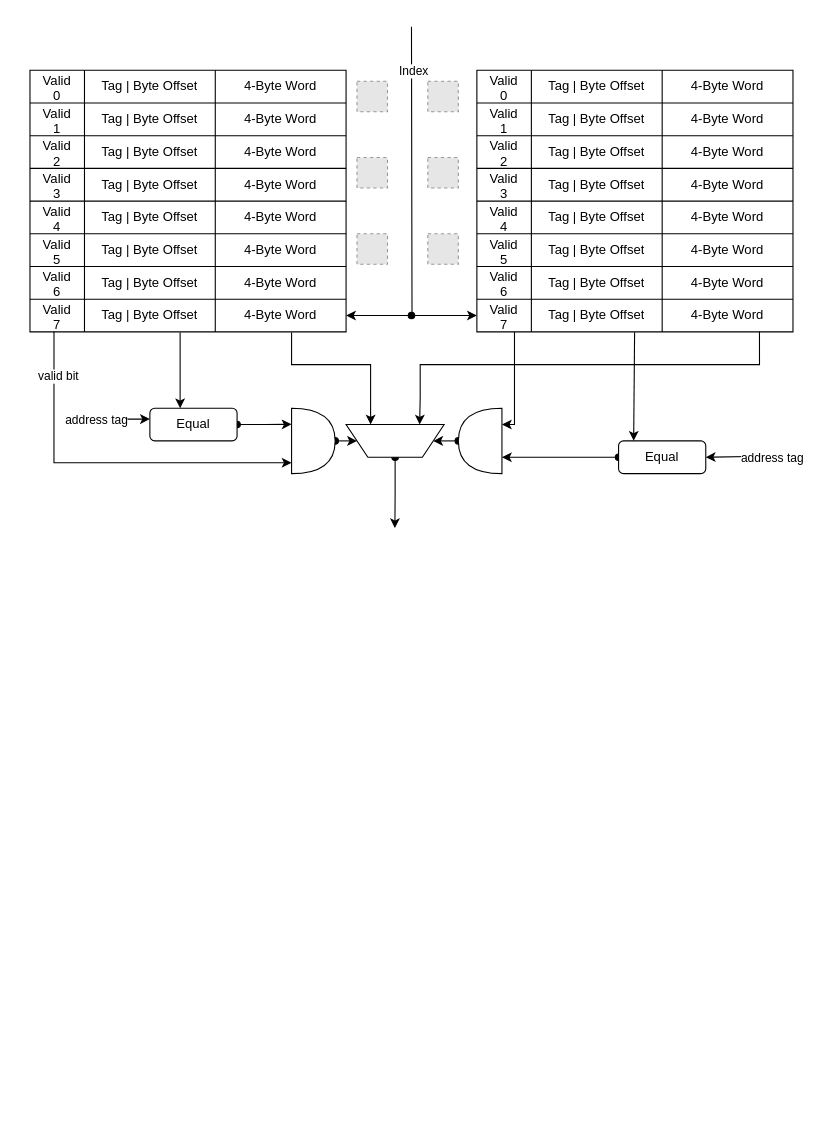
The draw.io diagram page "dcache" (2 of 2) of caches.drawio in vickyfyq/ece437, before the edit. Source tidied: cells renumbered, new cells numbered last; positions are measured from the earlier drawing's top-left corner, leaving out a move shared by most shapes. Both pictures are drawn from the tidied source at 109%, with x=0, y=0 at pixel (29, 26). Pictures stored in the file or linked from it are replaced by grey dashed boxes.
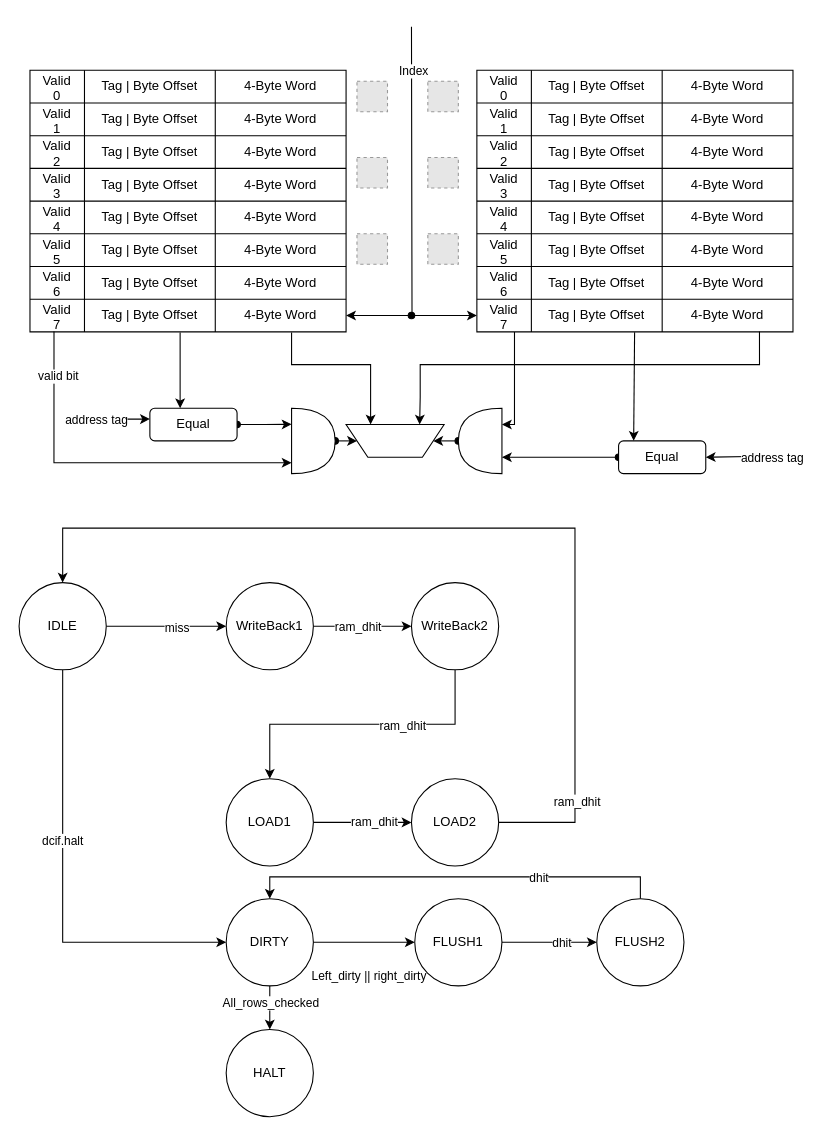
After the change.

Unchanged cells that the change refers to:
```xml
<mxCell id="93" style="shape=trapezoid;perimeter=trapezoidPerimeter;whiteSpace=wrap;html=1;fixedSize=1;fontFamily=Helvetica;fillColor=default;rotation=-180;" parent="1" vertex="1">
  <mxGeometry x="290" y="365" width="90" height="30" as="geometry" />
</mxCell>
```

What changed in the source:
```diff
@@
-    <mxCell id="92" style="edgeStyle=orthogonalEdgeStyle;rounded=0;jettySize=auto;html=1;exitX=0.5;exitY=0;exitDx=0;exitDy=0;fontFamily=Helvetica;startArrow=oval;startFill=1;" parent="1" edge="1" source="93">
-      <mxGeometry relative="1" as="geometry">
-        <mxPoint x="334.8" y="460" as="targetPoint" />
-      </mxGeometry>
-    </mxCell>
@@
+    <mxCell id="98" style="edgeStyle=orthogonalEdgeStyle;rounded=0;jettySize=auto;html=1;exitX=1;exitY=0.5;exitDx=0;exitDy=0;startArrow=none;startFill=0;entryX=0;entryY=0.5;entryDx=0;entryDy=0;" parent="1" edge="1" source="102" target="105">
+      <mxGeometry relative="1" as="geometry" />
+    </mxCell>
+    <mxCell id="99" value="miss" style="edgeLabel;html=1;align=center;verticalAlign=middle;" parent="98" vertex="1">
+      <mxGeometry x="0.17" y="-1" relative="1" as="geometry" />
+    </mxCell>
+    <mxCell id="100" style="edgeStyle=orthogonalEdgeStyle;rounded=0;jettySize=auto;html=1;exitX=0.5;exitY=1;exitDx=0;exitDy=0;startArrow=none;startFill=0;entryX=0;entryY=0.5;entryDx=0;entryDy=0;" parent="1" edge="1" source="102" target="119">
+      <mxGeometry relative="1" as="geometry">
+        <Array as="points">
+          <mxPoint x="30" y="840" />
+        </Array>
+      </mxGeometry>
+    </mxCell>
+    <mxCell id="101" value="dcif.halt" style="edgeLabel;html=1;align=center;verticalAlign=middle;" parent="100" vertex="1">
+      <mxGeometry x="-0.22" y="-1" relative="1" as="geometry" />
+    </mxCell>
+    <mxCell id="102" value="IDLE" style="ellipse;whiteSpace=wrap;html=1;" parent="1" vertex="1">
+      <mxGeometry x="-10" y="510" width="80" height="80" as="geometry" />
+    </mxCell>
+    <mxCell id="103" style="edgeStyle=orthogonalEdgeStyle;rounded=0;jettySize=auto;html=1;exitX=1;exitY=0.5;exitDx=0;exitDy=0;entryX=0;entryY=0.5;entryDx=0;entryDy=0;startArrow=none;startFill=0;" parent="1" edge="1" source="105" target="108">
+      <mxGeometry relative="1" as="geometry" />
+    </mxCell>
+    <mxCell id="104" value="ram_dhit" style="edgeLabel;html=1;align=center;verticalAlign=middle;" parent="103" vertex="1">
+      <mxGeometry x="0.27" y="-2" relative="1" as="geometry">
+        <mxPoint x="-17" y="-2" as="offset" />
+      </mxGeometry>
+    </mxCell>
+    <mxCell id="105" value="WriteBack1" style="ellipse;whiteSpace=wrap;html=1;" parent="1" vertex="1">
+      <mxGeometry x="180" y="510" width="80" height="80" as="geometry" />
+    </mxCell>
+    <mxCell id="106" style="edgeStyle=orthogonalEdgeStyle;rounded=0;jettySize=auto;html=1;exitX=0.5;exitY=1;exitDx=0;exitDy=0;startArrow=none;startFill=0;" parent="1" edge="1" source="108" target="111">
+      <mxGeometry relative="1" as="geometry" />
+    </mxCell>
+    <mxCell id="107" value="ram_dhit" style="edgeLabel;html=1;align=center;verticalAlign=middle;" parent="106" vertex="1">
+      <mxGeometry x="-0.27" y="1" relative="1" as="geometry" />
+    </mxCell>
+    <mxCell id="108" value="WriteBack2" style="ellipse;whiteSpace=wrap;html=1;" parent="1" vertex="1">
+      <mxGeometry x="350" y="510" width="80" height="80" as="geometry" />
+    </mxCell>
+    <mxCell id="109" style="edgeStyle=orthogonalEdgeStyle;rounded=0;jettySize=auto;html=1;exitX=1;exitY=0.5;exitDx=0;exitDy=0;entryX=0;entryY=0.5;entryDx=0;entryDy=0;startArrow=none;startFill=0;" parent="1" edge="1" source="111" target="114">
+      <mxGeometry relative="1" as="geometry" />
+    </mxCell>
+    <mxCell id="110" value="ram_dhit" style="edgeLabel;html=1;align=center;verticalAlign=middle;" parent="109" vertex="1">
+      <mxGeometry x="0.22" y="1" relative="1" as="geometry" />
+    </mxCell>
+    <mxCell id="111" value="LOAD1" style="ellipse;whiteSpace=wrap;html=1;" parent="1" vertex="1">
+      <mxGeometry x="180" y="690" width="80" height="80" as="geometry" />
+    </mxCell>
+    <mxCell id="112" style="edgeStyle=orthogonalEdgeStyle;rounded=0;jettySize=auto;html=1;exitX=1;exitY=0.5;exitDx=0;exitDy=0;entryX=0.5;entryY=0;entryDx=0;entryDy=0;startArrow=none;startFill=0;" parent="1" edge="1" source="114" target="102">
+      <mxGeometry relative="1" as="geometry">
+        <Array as="points">
+          <mxPoint x="500" y="730" />
+          <mxPoint x="500" y="460" />
+          <mxPoint x="30" y="460" />
+        </Array>
+      </mxGeometry>
+    </mxCell>
+    <mxCell id="113" value="ram_dhit" style="edgeLabel;html=1;align=center;verticalAlign=middle;" parent="112" vertex="1">
+      <mxGeometry x="-0.88" y="1" relative="1" as="geometry">
+        <mxPoint x="19" y="-19" as="offset" />
+      </mxGeometry>
+    </mxCell>
+    <mxCell id="114" value="LOAD2" style="ellipse;whiteSpace=wrap;html=1;" parent="1" vertex="1">
+      <mxGeometry x="350" y="690" width="80" height="80" as="geometry" />
+    </mxCell>
+    <mxCell id="115" style="edgeStyle=orthogonalEdgeStyle;rounded=0;jettySize=auto;html=1;exitX=1;exitY=0.5;exitDx=0;exitDy=0;startArrow=none;startFill=0;entryX=0;entryY=0.5;entryDx=0;entryDy=0;" parent="1" edge="1" source="119" target="122">
+      <mxGeometry relative="1" as="geometry" />
+    </mxCell>
+    <mxCell id="116" value="Left_dirty || right_dirty" style="edgeLabel;html=1;align=center;verticalAlign=middle;" parent="115" vertex="1">
+      <mxGeometry x="0.27" y="2" relative="1" as="geometry">
+        <mxPoint x="-9" y="32" as="offset" />
+      </mxGeometry>
+    </mxCell>
+    <mxCell id="117" style="edgeStyle=orthogonalEdgeStyle;rounded=0;jettySize=auto;html=1;exitX=0.5;exitY=1;exitDx=0;exitDy=0;entryX=0.5;entryY=0;entryDx=0;entryDy=0;startArrow=none;startFill=0;" parent="1" edge="1" source="119" target="126">
+      <mxGeometry relative="1" as="geometry" />
+    </mxCell>
+    <mxCell id="118" value="All_rows_checked" style="edgeLabel;html=1;align=center;verticalAlign=middle;" parent="117" vertex="1">
+      <mxGeometry x="-0.27" relative="1" as="geometry" />
+    </mxCell>
+    <mxCell id="119" value="DIRTY" style="ellipse;whiteSpace=wrap;html=1;" parent="1" vertex="1">
+      <mxGeometry x="180" y="800" width="80" height="80" as="geometry" />
+    </mxCell>
+    <mxCell id="120" style="edgeStyle=orthogonalEdgeStyle;rounded=0;jettySize=auto;html=1;exitX=1;exitY=0.5;exitDx=0;exitDy=0;entryX=0;entryY=0.5;entryDx=0;entryDy=0;startArrow=none;startFill=0;" parent="1" edge="1" source="122" target="125">
+      <mxGeometry relative="1" as="geometry" />
+    </mxCell>
+    <mxCell id="121" value="dhit" style="edgeLabel;html=1;align=center;verticalAlign=middle;" parent="120" vertex="1">
+      <mxGeometry x="0.24" relative="1" as="geometry" />
+    </mxCell>
+    <mxCell id="122" value="FLUSH1" style="ellipse;whiteSpace=wrap;html=1;" parent="1" vertex="1">
+      <mxGeometry x="353" y="800" width="80" height="80" as="geometry" />
+    </mxCell>
+    <mxCell id="123" style="edgeStyle=orthogonalEdgeStyle;rounded=0;jettySize=auto;html=1;exitX=0.5;exitY=0;exitDx=0;exitDy=0;entryX=0.5;entryY=0;entryDx=0;entryDy=0;startArrow=none;startFill=0;" parent="1" edge="1" source="125" target="119">
+      <mxGeometry relative="1" as="geometry" />
+    </mxCell>
+    <mxCell id="124" value="dhit" style="edgeLabel;html=1;align=center;verticalAlign=middle;" parent="123" vertex="1">
+      <mxGeometry x="-0.4" relative="1" as="geometry" />
+    </mxCell>
+    <mxCell id="125" value="FLUSH2" style="ellipse;whiteSpace=wrap;html=1;" parent="1" vertex="1">
+      <mxGeometry x="520" y="800" width="80" height="80" as="geometry" />
+    </mxCell>
+    <mxCell id="126" value="HALT" style="ellipse;whiteSpace=wrap;html=1;" parent="1" vertex="1">
+      <mxGeometry x="180" y="920" width="80" height="80" as="geometry" />
+    </mxCell>
```
